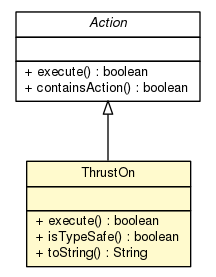
Above: doc/model/programs/parsing/language/statement/action/ThrustOn.png in sinopeus/asteroids (Graphviz), before the change. Its source is kept beside it as doc/model/programs/parsing/language/statement/action/ThrustOn.dot.
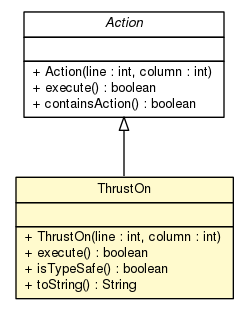
After the change.

The edit, as a diff of the source:
```diff
@@ -4,7 +4,7 @@
 	node [fontname="Helvetica",fontsize=10,shape=plaintext];
 	nodesep=0.25;
 	ranksep=0.5;
-	c16514 [label=<<table title="model.programs.parsing.language.statement.action.Action" border="0" cellborder="1" cellspacing="0" cellpadding="2" port="p" href="./Action.html">
+	c16568 [label=<<table title="model.programs.parsing.language.statement.action.Action" border="0" cellborder="1" cellspacing="0" cellpadding="2" port="p" href="./Action.html">
 		<tr><td><table border="0" cellspacing="0" cellpadding="1">
 <tr><td align="center" balign="center"><font face="Helvetica-Oblique"> Action </font></td></tr>
 		</table></td></tr>
@@ -12,11 +12,12 @@
 <tr><td align="left" balign="left">  </td></tr>
 		</table></td></tr>
 		<tr><td><table border="0" cellspacing="0" cellpadding="1">
+<tr><td align="left" balign="left"> + Action(line : int, column : int) </td></tr>
 <tr><td align="left" balign="left"> + execute() : boolean </td></tr>
 <tr><td align="left" balign="left"> + containsAction() : boolean </td></tr>
 		</table></td></tr>
 		</table>>, URL="./Action.html", fontname="Helvetica", fontcolor="black", fontsize=10.0];
-	c16516 [label=<<table title="model.programs.parsing.language.statement.action.ThrustOn" border="0" cellborder="1" cellspacing="0" cellpadding="2" port="p" bgcolor="lemonChiffon" href="./ThrustOn.html">
+	c16570 [label=<<table title="model.programs.parsing.language.statement.action.ThrustOn" border="0" cellborder="1" cellspacing="0" cellpadding="2" port="p" bgcolor="lemonChiffon" href="./ThrustOn.html">
 		<tr><td><table border="0" cellspacing="0" cellpadding="1">
 <tr><td align="center" balign="center"> ThrustOn </td></tr>
 		</table></td></tr>
@@ -24,10 +25,11 @@
 <tr><td align="left" balign="left">  </td></tr>
 		</table></td></tr>
 		<tr><td><table border="0" cellspacing="0" cellpadding="1">
+<tr><td align="left" balign="left"> + ThrustOn(line : int, column : int) </td></tr>
 <tr><td align="left" balign="left"> + execute() : boolean </td></tr>
 <tr><td align="left" balign="left"> + isTypeSafe() : boolean </td></tr>
 <tr><td align="left" balign="left"> + toString() : String </td></tr>
 		</table></td></tr>
 		</table>>, URL="./ThrustOn.html", fontname="Helvetica", fontcolor="black", fontsize=10.0];
-	c16514:p -> c16516:p [dir=back,arrowtail=empty];
+	c16568:p -> c16570:p [dir=back,arrowtail=empty];
 }
```
